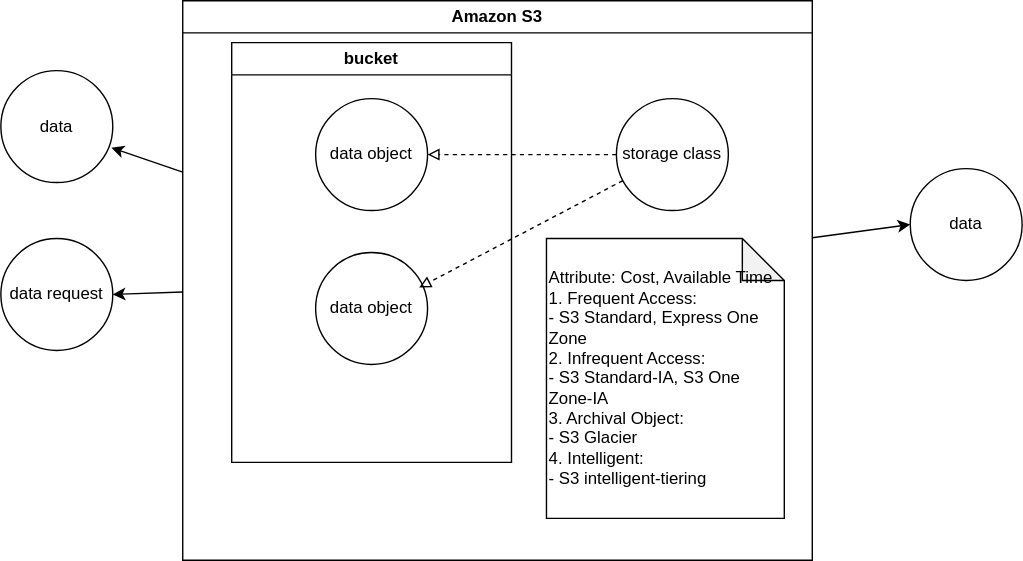
Before: aws/DEA/2.aws-core/aws-S3.drawio.svg, a diagram exported from draw.io (hoangnpdev/engineering-notes). Source tidied: cells renumbered, new cells last; positions are measured from the earlier drawing's top-left corner, leaving out a move shared by most shapes.
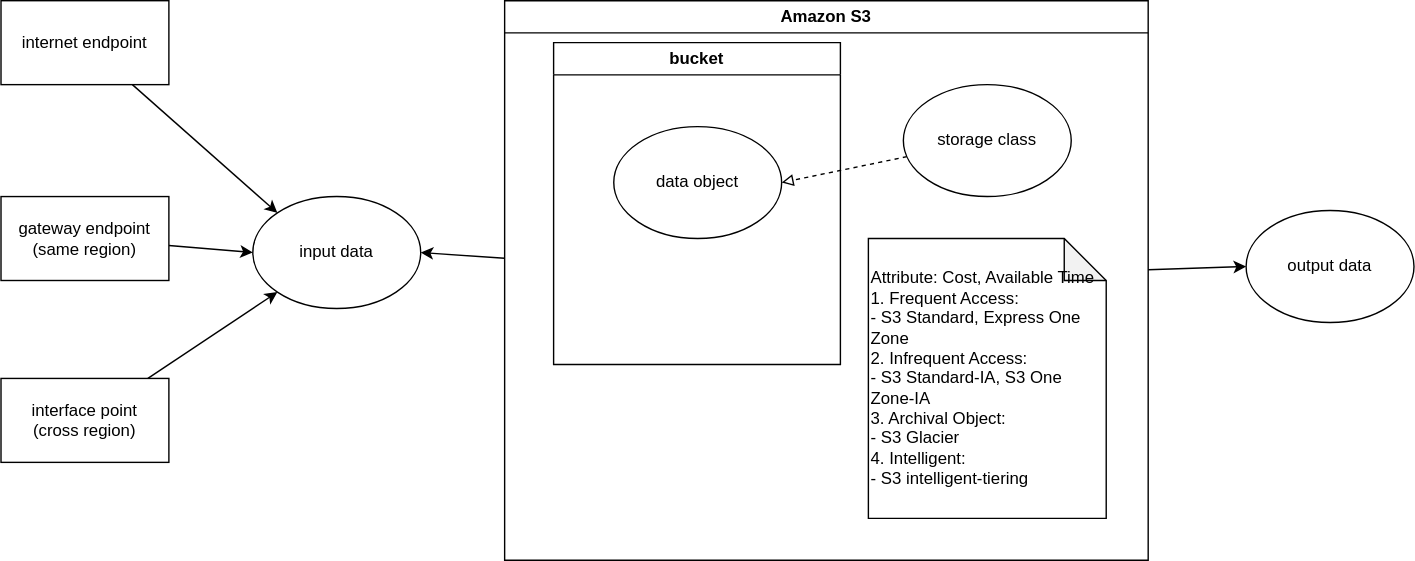
After the change.

What changed in the source:
```diff
@@ -2,47 +2,53 @@
   <root>
     <mxCell id="0" />
     <mxCell id="1" parent="0" />
-    <mxCell id="2" style="edgeStyle=none;html=1;entryX=1;entryY=0.5;entryDx=0;entryDy=0;" parent="1" edge="1" source="4" target="14">
-      <mxGeometry relative="1" as="geometry" />
-    </mxCell>
-    <mxCell id="3" style="edgeStyle=none;html=1;entryX=0;entryY=0.5;entryDx=0;entryDy=0;" parent="1" edge="1" source="4" target="13">
-      <mxGeometry relative="1" as="geometry" />
-    </mxCell>
+    <mxCell id="16" style="edgeStyle=none;html=1;entryX=1;entryY=0.5;entryDx=0;entryDy=0;" parent="1" edge="1" source="4" target="20">
+      <mxGeometry relative="1" as="geometry" />
+    </mxCell>
+    <mxCell id="17" style="edgeStyle=none;html=1;entryX=0;entryY=0.5;entryDx=0;entryDy=0;" parent="1" edge="1" source="4" target="21">
+      <mxGeometry relative="1" as="geometry" />
+    </mxCell>
     <mxCell id="4" value="Amazon S3" style="swimlane;whiteSpace=wrap;html=1;" parent="1" vertex="1">
-      <mxGeometry x="130" width="450" height="400" as="geometry" />
+      <mxGeometry x="130" width="460" height="400" as="geometry" />
     </mxCell>
     <mxCell id="5" value="bucket" style="swimlane;whiteSpace=wrap;html=1;" parent="4" vertex="1">
-      <mxGeometry x="35" y="30" width="200" height="300" as="geometry" />
+      <mxGeometry x="35" y="30" width="205" height="230" as="geometry" />
     </mxCell>
-    <mxCell id="6" value="data object" style="ellipse;whiteSpace=wrap;html=1;" parent="5" vertex="1">
-      <mxGeometry x="60" y="40" width="80" height="80" as="geometry" />
-    </mxCell>
-    <mxCell id="7" value="data object" style="ellipse;whiteSpace=wrap;html=1;" parent="5" vertex="1">
-      <mxGeometry x="60" y="150" width="80" height="80" as="geometry" />
-    </mxCell>
-    <mxCell id="8" style="edgeStyle=none;html=1;entryX=1;entryY=0.5;entryDx=0;entryDy=0;dashed=1;endArrow=block;endFill=0;" parent="4" edge="1" source="9" target="6">
-      <mxGeometry relative="1" as="geometry" />
-    </mxCell>
+    <mxCell id="18" value="data object" style="ellipse;whiteSpace=wrap;html=1;" parent="5" vertex="1">
+      <mxGeometry x="43" y="60" width="120" height="80" as="geometry" />
+    </mxCell>
+    <mxCell id="11" value="&lt;div&gt;Attribute: Cost, Available Time&lt;/div&gt;1. Frequent Access:&lt;div&gt;&amp;nbsp;- S3 Standard, Express One Zone&lt;/div&gt;&lt;div&gt;2. Infrequent Access:&lt;/div&gt;&lt;div&gt;&amp;nbsp;- S3 Standard-IA, S3 One Zone-IA&lt;/div&gt;&lt;div&gt;3. Archival Object:&lt;/div&gt;&lt;div&gt;&amp;nbsp;- S3 Glacier&lt;/div&gt;&lt;div&gt;4. Intelligent:&lt;/div&gt;&lt;div&gt;&amp;nbsp;- S3 intelligent-tiering&lt;/div&gt;" style="shape=note;whiteSpace=wrap;html=1;backgroundOutline=1;darkOpacity=0.05;align=left;" parent="4" vertex="1">
+      <mxGeometry x="260" y="170" width="170" height="200" as="geometry" />
+    </mxCell>
+    <mxCell id="19" style="edgeStyle=none;html=1;entryX=1;entryY=0.5;entryDx=0;entryDy=0;endArrow=block;endFill=0;dashed=1;" parent="4" edge="1" source="9" target="18">
+      <mxGeometry relative="1" as="geometry" />
+    </mxCell>
     <mxCell id="9" value="storage class" style="ellipse;whiteSpace=wrap;html=1;" parent="4" vertex="1">
-      <mxGeometry x="310" y="70" width="80" height="80" as="geometry" />
+      <mxGeometry x="285" y="60" width="120" height="80" as="geometry" />
     </mxCell>
-    <mxCell id="10" style="edgeStyle=none;html=1;entryX=0.925;entryY=0.313;entryDx=0;entryDy=0;entryPerimeter=0;endArrow=block;endFill=0;dashed=1;" parent="4" edge="1" source="9" target="7">
-      <mxGeometry relative="1" as="geometry" />
-    </mxCell>
-    <mxCell id="11" value="&lt;div&gt;Attribute: Cost, Available Time&lt;/div&gt;1. Frequent Access:&lt;div&gt;&amp;nbsp;- S3 Standard, Express One Zone&lt;/div&gt;&lt;div&gt;2. Infrequent Access:&lt;/div&gt;&lt;div&gt;&amp;nbsp;- S3 Standard-IA, S3 One Zone-IA&lt;/div&gt;&lt;div&gt;3. Archival Object:&lt;/div&gt;&lt;div&gt;&amp;nbsp;- S3 Glacier&lt;/div&gt;&lt;div&gt;4. Intelligent:&lt;/div&gt;&lt;div&gt;&amp;nbsp;- S3 intelligent-tiering&lt;/div&gt;" style="shape=note;whiteSpace=wrap;html=1;backgroundOutline=1;darkOpacity=0.05;align=left;" parent="4" vertex="1">
-      <mxGeometry x="260" y="170" width="170" height="200" as="geometry" />
-    </mxCell>
-    <mxCell id="12" value="data" style="ellipse;whiteSpace=wrap;html=1;" parent="1" vertex="1">
-      <mxGeometry y="50" width="80" height="80" as="geometry" />
-    </mxCell>
-    <mxCell id="13" value="data" style="ellipse;whiteSpace=wrap;html=1;" parent="1" vertex="1">
-      <mxGeometry x="650" y="120" width="80" height="80" as="geometry" />
-    </mxCell>
-    <mxCell id="14" value="data request" style="ellipse;whiteSpace=wrap;html=1;" parent="1" vertex="1">
-      <mxGeometry y="170" width="80" height="80" as="geometry" />
-    </mxCell>
-    <mxCell id="15" style="edgeStyle=none;html=1;entryX=0.988;entryY=0.688;entryDx=0;entryDy=0;entryPerimeter=0;" parent="1" edge="1" source="4" target="12">
-      <mxGeometry relative="1" as="geometry" />
-    </mxCell>
+    <mxCell id="20" value="input data" style="ellipse;whiteSpace=wrap;html=1;" parent="1" vertex="1">
+      <mxGeometry x="-50" y="140" width="120" height="80" as="geometry" />
+    </mxCell>
+    <mxCell id="21" value="output data" style="ellipse;whiteSpace=wrap;html=1;" parent="1" vertex="1">
+      <mxGeometry x="660" y="150" width="120" height="80" as="geometry" />
+    </mxCell>
+    <mxCell id="22" style="edgeStyle=none;html=1;entryX=0;entryY=0.5;entryDx=0;entryDy=0;" parent="1" edge="1" source="23" target="20">
+      <mxGeometry relative="1" as="geometry" />
+    </mxCell>
+    <mxCell id="23" value="gateway endpoint&lt;br&gt;(same region)" style="rounded=0;whiteSpace=wrap;html=1;" parent="1" vertex="1">
+      <mxGeometry x="-230" y="140" width="120" height="60" as="geometry" />
+    </mxCell>
+    <mxCell id="24" style="edgeStyle=none;html=1;entryX=0;entryY=1;entryDx=0;entryDy=0;" parent="1" edge="1" source="25" target="20">
+      <mxGeometry relative="1" as="geometry" />
+    </mxCell>
+    <mxCell id="25" value="interface point&lt;div&gt;(cross region)&lt;/div&gt;" style="rounded=0;whiteSpace=wrap;html=1;" parent="1" vertex="1">
+      <mxGeometry x="-230" y="270" width="120" height="60" as="geometry" />
+    </mxCell>
+    <mxCell id="26" style="edgeStyle=none;html=1;entryX=0;entryY=0;entryDx=0;entryDy=0;" parent="1" edge="1" source="27" target="20">
+      <mxGeometry relative="1" as="geometry" />
+    </mxCell>
+    <mxCell id="27" value="internet endpoint" style="rounded=0;whiteSpace=wrap;html=1;" parent="1" vertex="1">
+      <mxGeometry x="-230" width="120" height="60" as="geometry" />
+    </mxCell>
   </root>
 </mxGraphModel>
```
